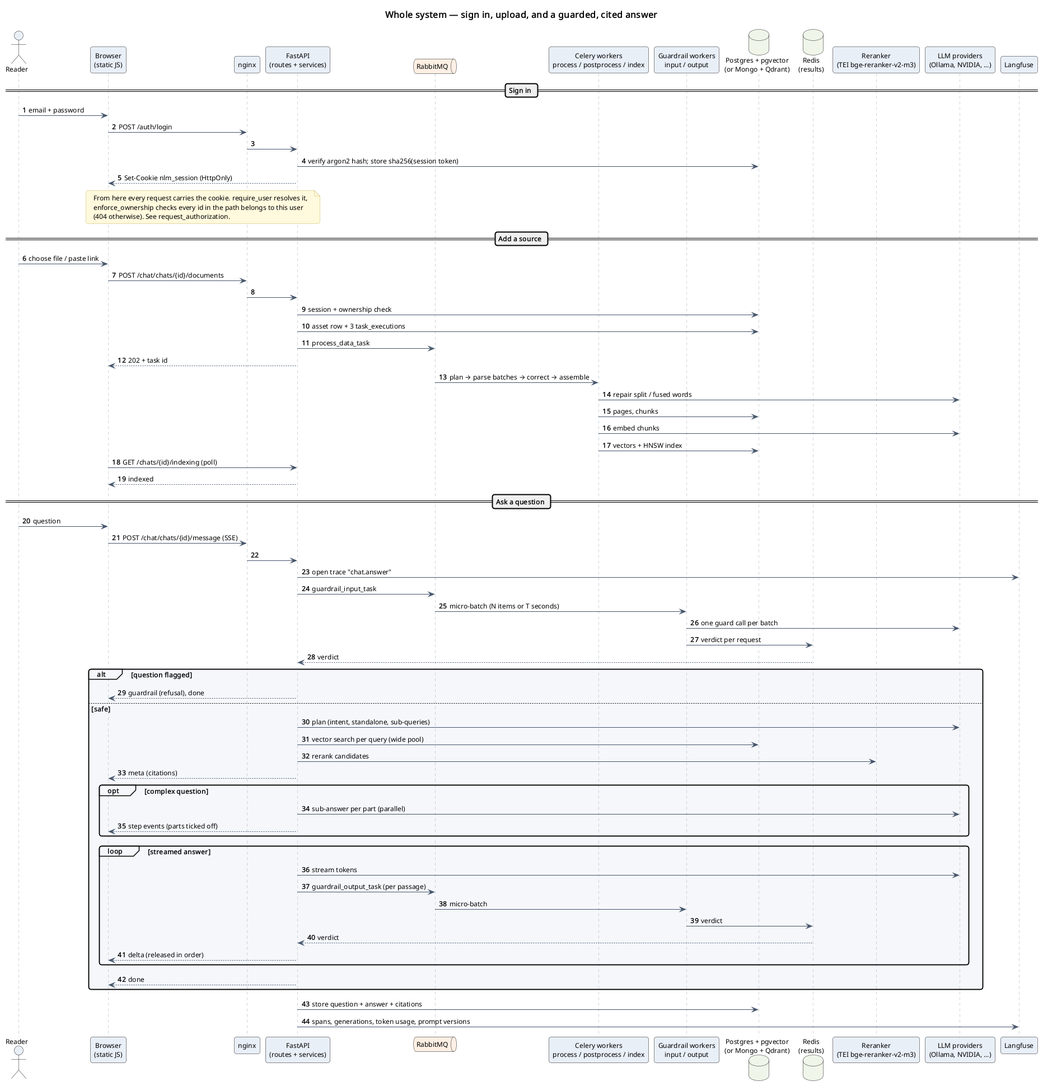
This is software_engineering/3_sequence_diagrams/system_overview.png from omarTBakr/notebookllm-minus, a PlantUML export, as it was before one commit.
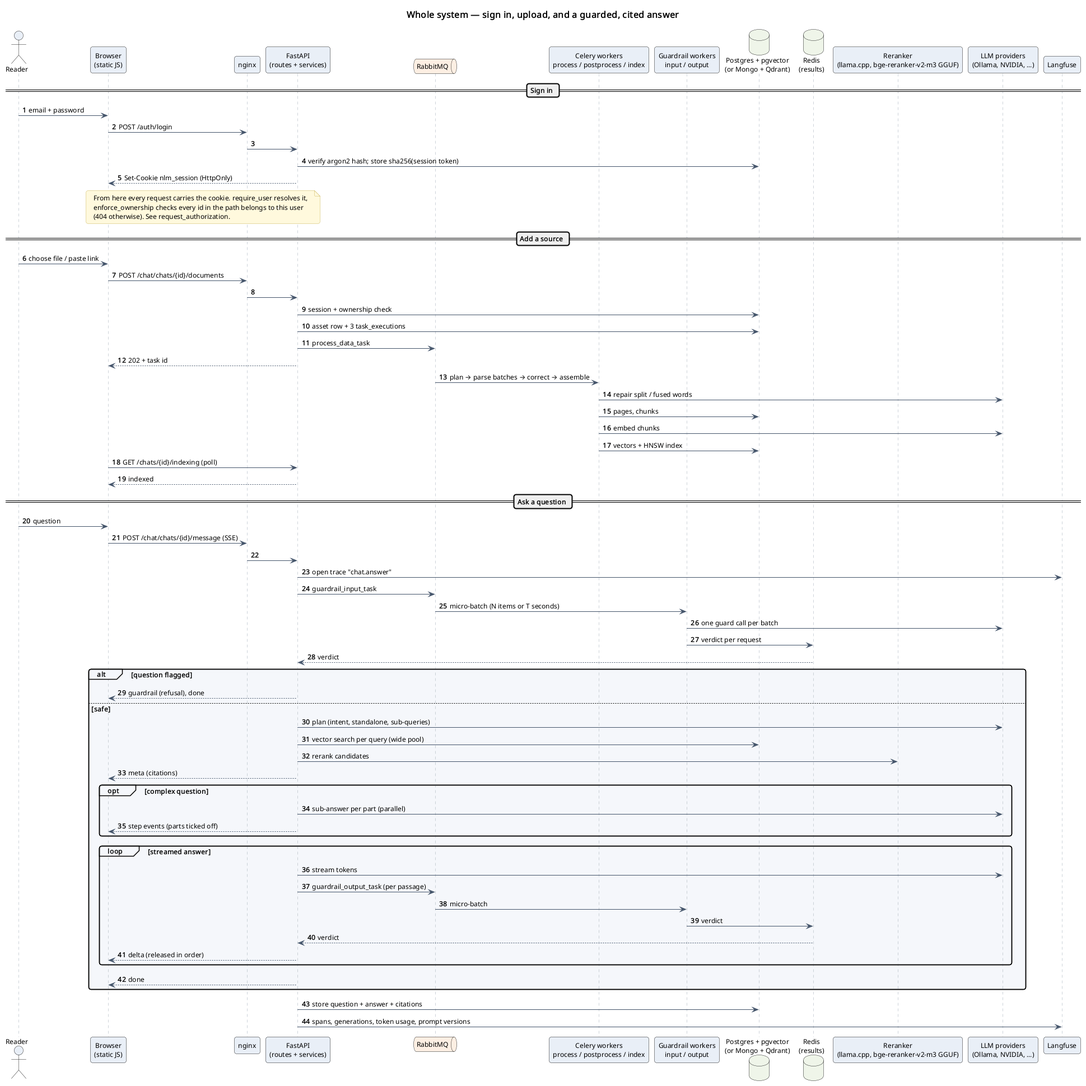
After the commit.

The edit, as a diff of the source:
```diff
@@ -12,7 +12,7 @@
 participant "Guardrail workers\ninput / output" as guard
 database "Postgres + pgvector\n(or Mongo + Qdrant)" as db
 database "Redis\n(results)" as redis
-participant "Reranker\n(TEI bge-reranker-v2-m3)" as tei
+participant "Reranker\n(llama.cpp, bge-reranker-v2-m3 GGUF)" as tei
 participant "LLM providers\n(Ollama, NVIDIA, ...)" as llm
 participant "Langfuse" as lf
 
```
